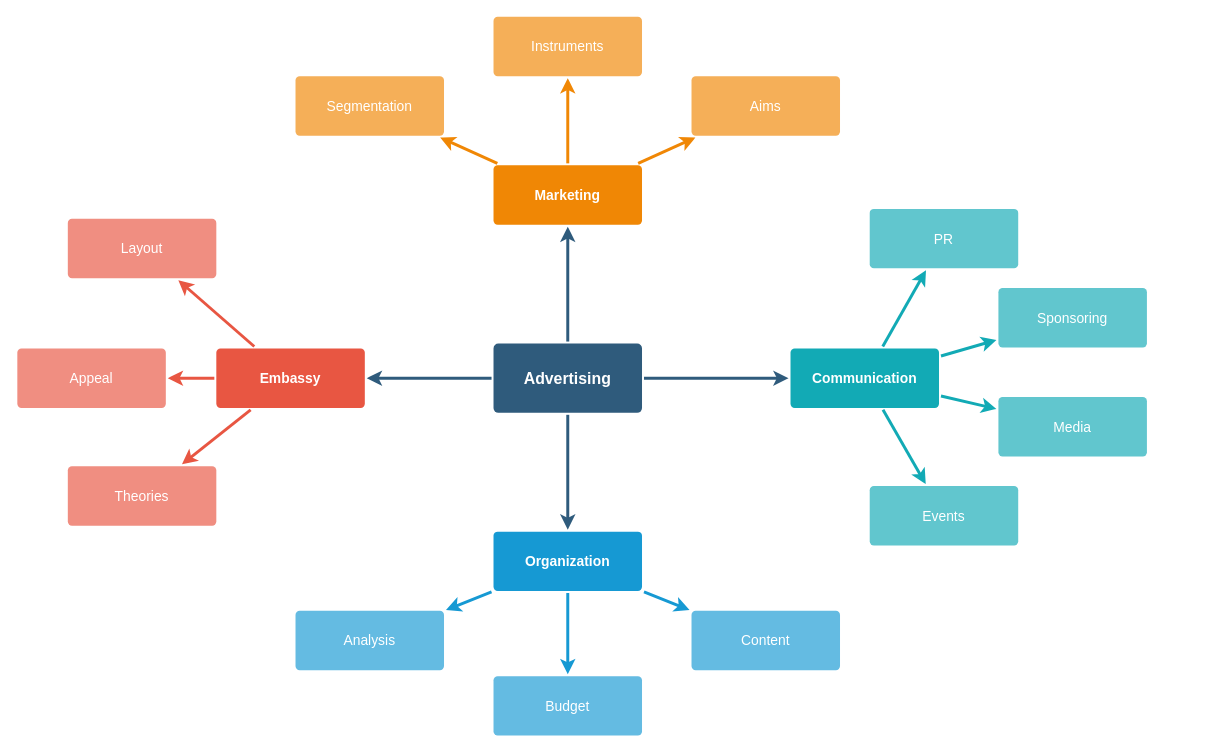
Before: Untitled Diagram.drawio in xetenigune/endothermic-cretoxyrhina, a draw.io diagram. Source tidied: cells renumbered, new cells numbered last; positions are measured from the earlier drawing's top-left corner, leaving out a move shared by most shapes. Both pictures are drawn from the tidied source at 99%, with x=0, y=0 at pixel (17, 16).
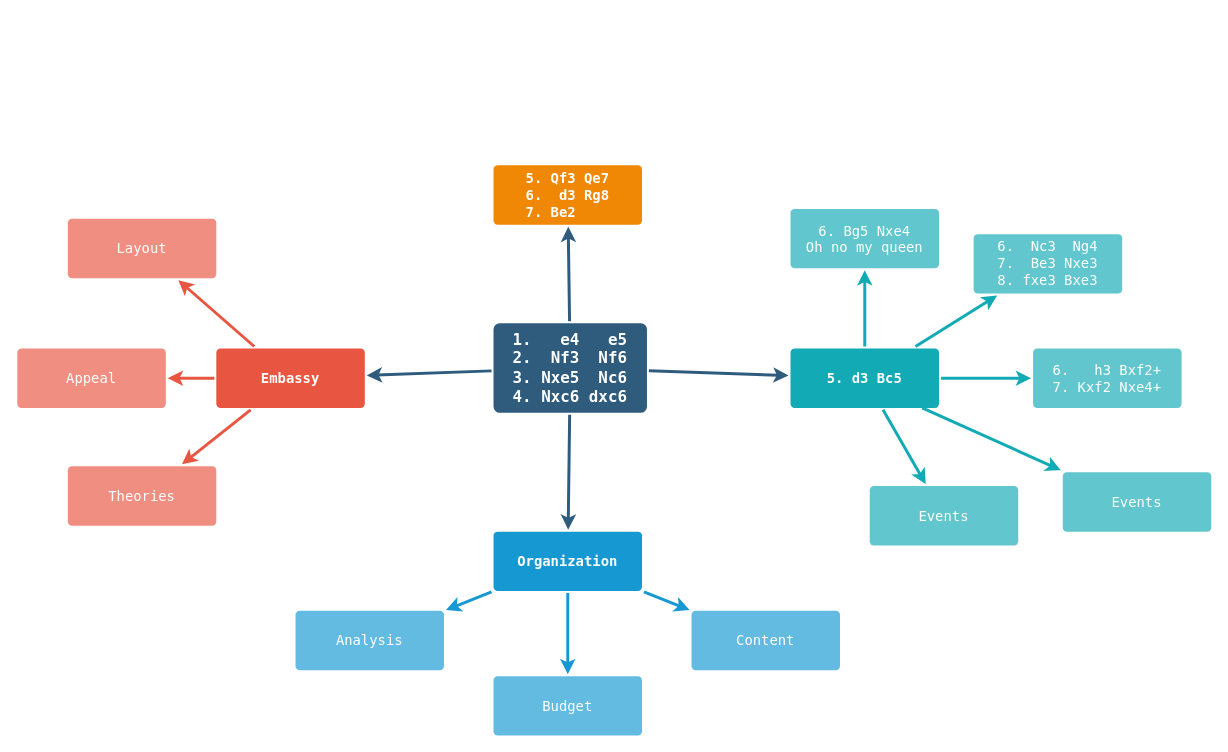
The same page after the edit.

What changed in the source:
```diff
@@
-    <mxCell id="2" style="edgeStyle=none;rounded=0;jumpStyle=none;html=1;shadow=0;labelBackgroundColor=none;startArrow=none;startFill=0;endArrow=classic;endFill=1;jettySize=auto;strokeColor=#2F5B7C;strokeWidth=3;fontFamily=Helvetica;fontSize=16;fontColor=#23445D;spacing=5;" parent="1" edge="1" source="6" target="21">
+    <mxCell id="2" style="edgeStyle=none;rounded=0;jumpStyle=none;html=1;shadow=0;labelBackgroundColor=none;startArrow=none;startFill=0;endArrow=classic;endFill=1;jettySize=auto;strokeColor=#2F5B7C;strokeWidth=3;fontFamily=Lucida Console;fontSize=16;fontColor=#23445D;spacing=5;" parent="1" edge="1" source="6" target="21">
       <mxGeometry relative="1" as="geometry" />
     </mxCell>
-    <mxCell id="3" style="edgeStyle=none;rounded=0;jumpStyle=none;html=1;shadow=0;labelBackgroundColor=none;startArrow=none;startFill=0;endArrow=classic;endFill=1;jettySize=auto;strokeColor=#2F5B7C;strokeWidth=3;fontFamily=Helvetica;fontSize=16;fontColor=#23445D;spacing=5;" parent="1" edge="1" source="6" target="28">
+    <mxCell id="3" style="edgeStyle=none;rounded=0;jumpStyle=none;html=1;shadow=0;labelBackgroundColor=none;startArrow=none;startFill=0;endArrow=classic;endFill=1;jettySize=auto;strokeColor=#2F5B7C;strokeWidth=3;fontFamily=Lucida Console;fontSize=16;fontColor=#23445D;spacing=5;" parent="1" edge="1" source="6" target="28">
       <mxGeometry relative="1" as="geometry" />
     </mxCell>
-    <mxCell id="4" style="edgeStyle=none;rounded=0;jumpStyle=none;html=1;shadow=0;labelBackgroundColor=none;startArrow=none;startFill=0;endArrow=classic;endFill=1;jettySize=auto;strokeColor=#2F5B7C;strokeWidth=3;fontFamily=Helvetica;fontSize=16;fontColor=#23445D;spacing=5;" parent="1" edge="1" source="6" target="17">
+    <mxCell id="4" style="edgeStyle=none;rounded=0;jumpStyle=none;html=1;shadow=0;labelBackgroundColor=none;startArrow=none;startFill=0;endArrow=classic;endFill=1;jettySize=auto;strokeColor=#2F5B7C;strokeWidth=3;fontFamily=Lucida Console;fontSize=16;fontColor=#23445D;spacing=5;" parent="1" edge="1" source="6" target="17">
       <mxGeometry relative="1" as="geometry" />
     </mxCell>
-    <mxCell id="5" style="edgeStyle=none;rounded=0;jumpStyle=none;html=1;shadow=0;labelBackgroundColor=none;startArrow=none;startFill=0;endArrow=classic;endFill=1;jettySize=auto;strokeColor=#2F5B7C;strokeWidth=3;fontFamily=Helvetica;fontSize=16;fontColor=#23445D;spacing=5;" parent="1" edge="1" source="6" target="10">
+    <mxCell id="5" style="edgeStyle=none;rounded=0;jumpStyle=none;html=1;shadow=0;labelBackgroundColor=none;startArrow=none;startFill=0;endArrow=classic;endFill=1;jettySize=auto;strokeColor=#2F5B7C;strokeWidth=3;fontFamily=Lucida Console;fontSize=16;fontColor=#23445D;spacing=5;" parent="1" edge="1" source="6" target="10">
       <mxGeometry relative="1" as="geometry" />
     </mxCell>
-    <mxCell id="6" value="Advertising" style="rounded=1;whiteSpace=wrap;html=1;shadow=0;labelBackgroundColor=none;strokeColor=none;strokeWidth=3;fillColor=#2F5B7C;fontFamily=Helvetica;fontSize=16;fontColor=#FFFFFF;align=center;fontStyle=1;spacing=5;arcSize=7;perimeterSpacing=2;" parent="1" vertex="1">
-      <mxGeometry x="481" y="330.5" width="150" height="70" as="geometry" />
+    <mxCell id="6" value="&lt;font&gt;1.&amp;nbsp; &amp;nbsp;e4&amp;nbsp; &amp;nbsp;e5&lt;br&gt;2.&amp;nbsp; Nf3&amp;nbsp; Nf6&lt;br&gt;3. Nxe5&amp;nbsp; Nc6&lt;br&gt;4. Nxc6 dxc6&lt;br&gt;&lt;/font&gt;" style="rounded=1;whiteSpace=wrap;html=1;shadow=0;labelBackgroundColor=none;strokeColor=none;strokeWidth=3;fillColor=#2F5B7C;fontFamily=Lucida Console;fontSize=16;fontColor=#FFFFFF;align=center;fontStyle=1;spacing=5;arcSize=7;perimeterSpacing=2;" parent="1" vertex="1">
+      <mxGeometry x="481" y="310" width="155" height="90.5" as="geometry" />
     </mxCell>
-    <mxCell id="7" style="edgeStyle=none;rounded=1;jumpStyle=none;html=1;shadow=0;labelBackgroundColor=none;startArrow=none;startFill=0;jettySize=auto;strokeColor=#E85642;strokeWidth=3;fontFamily=Helvetica;fontSize=14;fontColor=#FFFFFF;spacing=5;fontStyle=1;fillColor=#b0e3e6;" parent="1" edge="1" source="10" target="13">
+    <mxCell id="7" style="edgeStyle=none;rounded=1;jumpStyle=none;html=1;shadow=0;labelBackgroundColor=none;startArrow=none;startFill=0;jettySize=auto;strokeColor=#E85642;strokeWidth=3;fontFamily=Lucida Console;fontSize=14;fontColor=#FFFFFF;spacing=5;fontStyle=1;fillColor=#b0e3e6;" parent="1" edge="1" source="10" target="13">
       <mxGeometry relative="1" as="geometry" />
     </mxCell>
-    <mxCell id="8" style="edgeStyle=none;rounded=1;jumpStyle=none;html=1;shadow=0;labelBackgroundColor=none;startArrow=none;startFill=0;jettySize=auto;strokeColor=#E85642;strokeWidth=3;fontFamily=Helvetica;fontSize=14;fontColor=#FFFFFF;spacing=5;fontStyle=1;fillColor=#b0e3e6;" parent="1" edge="1" source="10" target="12">
+    <mxCell id="8" style="edgeStyle=none;rounded=1;jumpStyle=none;html=1;shadow=0;labelBackgroundColor=none;startArrow=none;startFill=0;jettySize=auto;strokeColor=#E85642;strokeWidth=3;fontFamily=Lucida Console;fontSize=14;fontColor=#FFFFFF;spacing=5;fontStyle=1;fillColor=#b0e3e6;" parent="1" edge="1" source="10" target="12">
       <mxGeometry relative="1" as="geometry" />
     </mxCell>
-    <mxCell id="9" style="edgeStyle=none;rounded=1;jumpStyle=none;html=1;shadow=0;labelBackgroundColor=none;startArrow=none;startFill=0;jettySize=auto;strokeColor=#E85642;strokeWidth=3;fontFamily=Helvetica;fontSize=14;fontColor=#FFFFFF;spacing=5;fontStyle=1;fillColor=#b0e3e6;" parent="1" edge="1" source="10" target="11">
+    <mxCell id="9" style="edgeStyle=none;rounded=1;jumpStyle=none;html=1;shadow=0;labelBackgroundColor=none;startArrow=none;startFill=0;jettySize=auto;strokeColor=#E85642;strokeWidth=3;fontFamily=Lucida Console;fontSize=14;fontColor=#FFFFFF;spacing=5;fontStyle=1;fillColor=#b0e3e6;" parent="1" edge="1" source="10" target="11">
       <mxGeometry relative="1" as="geometry" />
     </mxCell>
-    <mxCell id="10" value="Embassy" style="rounded=1;whiteSpace=wrap;html=1;shadow=0;labelBackgroundColor=none;strokeColor=none;strokeWidth=3;fillColor=#e85642;fontFamily=Helvetica;fontSize=14;fontColor=#FFFFFF;align=center;spacing=5;fontStyle=1;arcSize=7;perimeterSpacing=2;" parent="1" vertex="1">
+    <mxCell id="10" value="Embassy" style="rounded=1;whiteSpace=wrap;html=1;shadow=0;labelBackgroundColor=none;strokeColor=none;strokeWidth=3;fillColor=#e85642;fontFamily=Lucida Console;fontSize=14;fontColor=#FFFFFF;align=center;spacing=5;fontStyle=1;arcSize=7;perimeterSpacing=2;" parent="1" vertex="1">
       <mxGeometry x="201" y="335.5" width="150" height="60" as="geometry" />
     </mxCell>
-    <mxCell id="11" value="Theories" style="rounded=1;whiteSpace=wrap;html=1;shadow=0;labelBackgroundColor=none;strokeColor=none;strokeWidth=3;fillColor=#f08e81;fontFamily=Helvetica;fontSize=14;fontColor=#FFFFFF;align=center;spacing=5;fontStyle=0;arcSize=7;perimeterSpacing=2;" parent="1" vertex="1">
+    <mxCell id="11" value="Theories" style="rounded=1;whiteSpace=wrap;html=1;shadow=0;labelBackgroundColor=none;strokeColor=none;strokeWidth=3;fillColor=#f08e81;fontFamily=Lucida Console;fontSize=14;fontColor=#FFFFFF;align=center;spacing=5;fontStyle=0;arcSize=7;perimeterSpacing=2;" parent="1" vertex="1">
       <mxGeometry x="51" y="454.5" width="150" height="60" as="geometry" />
     </mxCell>
-    <mxCell id="12" value="Appeal" style="rounded=1;whiteSpace=wrap;html=1;shadow=0;labelBackgroundColor=none;strokeColor=none;strokeWidth=3;fillColor=#f08e81;fontFamily=Helvetica;fontSize=14;fontColor=#FFFFFF;align=center;spacing=5;fontStyle=0;arcSize=7;perimeterSpacing=2;" parent="1" vertex="1">
+    <mxCell id="12" value="Appeal" style="rounded=1;whiteSpace=wrap;html=1;shadow=0;labelBackgroundColor=none;strokeColor=none;strokeWidth=3;fillColor=#f08e81;fontFamily=Lucida Console;fontSize=14;fontColor=#FFFFFF;align=center;spacing=5;fontStyle=0;arcSize=7;perimeterSpacing=2;" parent="1" vertex="1">
       <mxGeometry y="335.5" width="150" height="60" as="geometry" />
     </mxCell>
-    <mxCell id="13" value="Layout" style="rounded=1;whiteSpace=wrap;html=1;shadow=0;labelBackgroundColor=none;strokeColor=none;strokeWidth=3;fillColor=#f08e81;fontFamily=Helvetica;fontSize=14;fontColor=#FFFFFF;align=center;spacing=5;fontStyle=0;arcSize=7;perimeterSpacing=2;" parent="1" vertex="1">
+    <mxCell id="13" value="Layout" style="rounded=1;whiteSpace=wrap;html=1;shadow=0;labelBackgroundColor=none;strokeColor=none;strokeWidth=3;fillColor=#f08e81;fontFamily=Lucida Console;fontSize=14;fontColor=#FFFFFF;align=center;spacing=5;fontStyle=0;arcSize=7;perimeterSpacing=2;" parent="1" vertex="1">
       <mxGeometry x="51" y="204.5" width="150" height="60" as="geometry" />
     </mxCell>
-    <mxCell id="14" style="edgeStyle=none;rounded=0;jumpStyle=none;html=1;shadow=0;labelBackgroundColor=none;startArrow=none;startFill=0;endArrow=classic;endFill=1;jettySize=auto;strokeColor=#1699D3;strokeWidth=3;fontFamily=Helvetica;fontSize=14;fontColor=#FFFFFF;spacing=5;" parent="1" edge="1" source="17" target="20">
+    <mxCell id="14" style="edgeStyle=none;rounded=0;jumpStyle=none;html=1;shadow=0;labelBackgroundColor=none;startArrow=none;startFill=0;endArrow=classic;endFill=1;jettySize=auto;strokeColor=#1699D3;strokeWidth=3;fontFamily=Lucida Console;fontSize=14;fontColor=#FFFFFF;spacing=5;" parent="1" edge="1" source="17" target="20">
       <mxGeometry relative="1" as="geometry" />
     </mxCell>
-    <mxCell id="15" style="edgeStyle=none;rounded=0;jumpStyle=none;html=1;shadow=0;labelBackgroundColor=none;startArrow=none;startFill=0;endArrow=classic;endFill=1;jettySize=auto;strokeColor=#1699D3;strokeWidth=3;fontFamily=Helvetica;fontSize=14;fontColor=#FFFFFF;spacing=5;" parent="1" edge="1" source="17" target="19">
+    <mxCell id="15" style="edgeStyle=none;rounded=0;jumpStyle=none;html=1;shadow=0;labelBackgroundColor=none;startArrow=none;startFill=0;endArrow=classic;endFill=1;jettySize=auto;strokeColor=#1699D3;strokeWidth=3;fontFamily=Lucida Console;fontSize=14;fontColor=#FFFFFF;spacing=5;" parent="1" edge="1" source="17" target="19">
       <mxGeometry relative="1" as="geometry" />
     </mxCell>
-    <mxCell id="16" style="edgeStyle=none;rounded=0;jumpStyle=none;html=1;shadow=0;labelBackgroundColor=none;startArrow=none;startFill=0;endArrow=classic;endFill=1;jettySize=auto;strokeColor=#1699D3;strokeWidth=3;fontFamily=Helvetica;fontSize=14;fontColor=#FFFFFF;spacing=5;" parent="1" edge="1" source="17" target="18">
+    <mxCell id="16" style="edgeStyle=none;rounded=0;jumpStyle=none;html=1;shadow=0;labelBackgroundColor=none;startArrow=none;startFill=0;endArrow=classic;endFill=1;jettySize=auto;strokeColor=#1699D3;strokeWidth=3;fontFamily=Lucida Console;fontSize=14;fontColor=#FFFFFF;spacing=5;" parent="1" edge="1" source="17" target="18">
       <mxGeometry relative="1" as="geometry" />
     </mxCell>
-    <mxCell id="17" value="Organization" style="rounded=1;whiteSpace=wrap;html=1;shadow=0;labelBackgroundColor=none;strokeColor=none;strokeWidth=3;fillColor=#1699d3;fontFamily=Helvetica;fontSize=14;fontColor=#FFFFFF;align=center;spacing=5;fontStyle=1;arcSize=7;perimeterSpacing=2;" parent="1" vertex="1">
+    <mxCell id="17" value="Organization" style="rounded=1;whiteSpace=wrap;html=1;shadow=0;labelBackgroundColor=none;strokeColor=none;strokeWidth=3;fillColor=#1699d3;fontFamily=Lucida Console;fontSize=14;fontColor=#FFFFFF;align=center;spacing=5;fontStyle=1;arcSize=7;perimeterSpacing=2;" parent="1" vertex="1">
       <mxGeometry x="481" y="520.5" width="150" height="60" as="geometry" />
     </mxCell>
-    <mxCell id="18" value="Content" style="rounded=1;whiteSpace=wrap;html=1;shadow=0;labelBackgroundColor=none;strokeColor=none;strokeWidth=3;fillColor=#64bbe2;fontFamily=Helvetica;fontSize=14;fontColor=#FFFFFF;align=center;spacing=5;arcSize=7;perimeterSpacing=2;" parent="1" vertex="1">
+    <mxCell id="18" value="Content" style="rounded=1;whiteSpace=wrap;html=1;shadow=0;labelBackgroundColor=none;strokeColor=none;strokeWidth=3;fillColor=#64bbe2;fontFamily=Lucida Console;fontSize=14;fontColor=#FFFFFF;align=center;spacing=5;arcSize=7;perimeterSpacing=2;" parent="1" vertex="1">
       <mxGeometry x="681" y="600.5" width="150" height="60" as="geometry" />
     </mxCell>
-    <mxCell id="19" value="Budget" style="rounded=1;whiteSpace=wrap;html=1;shadow=0;labelBackgroundColor=none;strokeColor=none;strokeWidth=3;fillColor=#64bbe2;fontFamily=Helvetica;fontSize=14;fontColor=#FFFFFF;align=center;spacing=5;arcSize=7;perimeterSpacing=2;" parent="1" vertex="1">
+    <mxCell id="19" value="Budget" style="rounded=1;whiteSpace=wrap;html=1;shadow=0;labelBackgroundColor=none;strokeColor=none;strokeWidth=3;fillColor=#64bbe2;fontFamily=Lucida Console;fontSize=14;fontColor=#FFFFFF;align=center;spacing=5;arcSize=7;perimeterSpacing=2;" parent="1" vertex="1">
       <mxGeometry x="481" y="666.5" width="150" height="60" as="geometry" />
     </mxCell>
-    <mxCell id="20" value="Analysis" style="rounded=1;whiteSpace=wrap;html=1;shadow=0;labelBackgroundColor=none;strokeColor=none;strokeWidth=3;fillColor=#64bbe2;fontFamily=Helvetica;fontSize=14;fontColor=#FFFFFF;align=center;spacing=5;arcSize=7;perimeterSpacing=2;" parent="1" vertex="1">
+    <mxCell id="20" value="Analysis" style="rounded=1;whiteSpace=wrap;html=1;shadow=0;labelBackgroundColor=none;strokeColor=none;strokeWidth=3;fillColor=#64bbe2;fontFamily=Lucida Console;fontSize=14;fontColor=#FFFFFF;align=center;spacing=5;arcSize=7;perimeterSpacing=2;" parent="1" vertex="1">
       <mxGeometry x="281" y="600.5" width="150" height="60" as="geometry" />
     </mxCell>
-    <mxCell id="21" value="Marketing" style="rounded=1;whiteSpace=wrap;html=1;shadow=0;labelBackgroundColor=none;strokeColor=none;strokeWidth=3;fillColor=#F08705;fontFamily=Helvetica;fontSize=14;fontColor=#FFFFFF;align=center;spacing=5;fontStyle=1;arcSize=7;perimeterSpacing=2;" parent="1" vertex="1">
+    <mxCell id="21" value="5. Qf3 Qe7&lt;br&gt;6.&amp;nbsp; d3 Rg8&lt;br&gt;7. Be2&amp;nbsp; &amp;nbsp;&amp;nbsp;" style="rounded=1;whiteSpace=wrap;html=1;shadow=0;labelBackgroundColor=none;strokeColor=none;strokeWidth=3;fillColor=#F08705;fontFamily=Lucida Console;fontSize=14;fontColor=#FFFFFF;align=center;spacing=5;fontStyle=1;arcSize=7;perimeterSpacing=2;" parent="1" vertex="1">
       <mxGeometry x="481" y="150.5" width="150" height="60" as="geometry" />
     </mxCell>
-    <mxCell id="22" value="Aims&lt;br&gt;" style="rounded=1;whiteSpace=wrap;html=1;shadow=0;labelBackgroundColor=none;strokeColor=none;strokeWidth=3;fillColor=#f5af58;fontFamily=Helvetica;fontSize=14;fontColor=#FFFFFF;align=center;spacing=5;arcSize=7;perimeterSpacing=2;" parent="1" vertex="1">
-      <mxGeometry x="681" y="60.5" width="150" height="60" as="geometry" />
-    </mxCell>
-    <mxCell id="23" style="edgeStyle=none;rounded=0;jumpStyle=none;html=1;shadow=0;labelBackgroundColor=none;startArrow=none;startFill=0;endArrow=classic;endFill=1;jettySize=auto;strokeColor=#F08705;strokeWidth=3;fontFamily=Helvetica;fontSize=14;fontColor=#FFFFFF;spacing=5;" parent="1" edge="1" source="21" target="22">
-      <mxGeometry relative="1" as="geometry" />
-    </mxCell>
-    <mxCell id="24" value="Instruments" style="rounded=1;whiteSpace=wrap;html=1;shadow=0;labelBackgroundColor=none;strokeColor=none;strokeWidth=3;fillColor=#f5af58;fontFamily=Helvetica;fontSize=14;fontColor=#FFFFFF;align=center;spacing=5;arcSize=7;perimeterSpacing=2;" parent="1" vertex="1">
-      <mxGeometry x="481" y="0.5" width="150" height="60" as="geometry" />
-    </mxCell>
-    <mxCell id="25" style="edgeStyle=none;rounded=0;jumpStyle=none;html=1;shadow=0;labelBackgroundColor=none;startArrow=none;startFill=0;endArrow=classic;endFill=1;jettySize=auto;strokeColor=#F08705;strokeWidth=3;fontFamily=Helvetica;fontSize=14;fontColor=#FFFFFF;spacing=5;" parent="1" edge="1" source="21" target="24">
-      <mxGeometry relative="1" as="geometry" />
-    </mxCell>
-    <mxCell id="26" value="Segmentation" style="rounded=1;whiteSpace=wrap;html=1;shadow=0;labelBackgroundColor=none;strokeColor=none;strokeWidth=3;fillColor=#f5af58;fontFamily=Helvetica;fontSize=14;fontColor=#FFFFFF;align=center;spacing=5;arcSize=7;perimeterSpacing=2;" parent="1" vertex="1">
-      <mxGeometry x="281" y="60.5" width="150" height="60" as="geometry" />
-    </mxCell>
-    <mxCell id="27" style="edgeStyle=none;rounded=0;jumpStyle=none;html=1;shadow=0;labelBackgroundColor=none;startArrow=none;startFill=0;endArrow=classic;endFill=1;jettySize=auto;strokeColor=#F08705;strokeWidth=3;fontFamily=Helvetica;fontSize=14;fontColor=#FFFFFF;spacing=5;" parent="1" edge="1" source="21" target="26">
-      <mxGeometry relative="1" as="geometry" />
-    </mxCell>
-    <mxCell id="28" value="Communication" style="rounded=1;whiteSpace=wrap;html=1;shadow=0;labelBackgroundColor=none;strokeColor=none;strokeWidth=3;fillColor=#12aab5;fontFamily=Helvetica;fontSize=14;fontColor=#FFFFFF;align=center;spacing=5;fontStyle=1;arcSize=7;perimeterSpacing=2;" parent="1" vertex="1">
+    <mxCell id="28" value="5. d3 Bc5" style="rounded=1;whiteSpace=wrap;html=1;shadow=0;labelBackgroundColor=none;strokeColor=none;strokeWidth=3;fillColor=#12aab5;fontFamily=Lucida Console;fontSize=14;fontColor=#FFFFFF;align=center;spacing=5;fontStyle=1;arcSize=7;perimeterSpacing=2;" parent="1" vertex="1">
       <mxGeometry x="781" y="335.5" width="150" height="60" as="geometry" />
     </mxCell>
-    <mxCell id="29" value="Events" style="rounded=1;whiteSpace=wrap;html=1;shadow=0;labelBackgroundColor=none;strokeColor=none;strokeWidth=3;fillColor=#61c6ce;fontFamily=Helvetica;fontSize=14;fontColor=#FFFFFF;align=center;spacing=5;fontStyle=0;arcSize=7;perimeterSpacing=2;" parent="1" vertex="1">
+    <mxCell id="29" value="Events" style="rounded=1;whiteSpace=wrap;html=1;shadow=0;labelBackgroundColor=none;strokeColor=none;strokeWidth=3;fillColor=#61c6ce;fontFamily=Lucida Console;fontSize=14;fontColor=#FFFFFF;align=center;spacing=5;fontStyle=0;arcSize=7;perimeterSpacing=2;" parent="1" vertex="1">
       <mxGeometry x="861" y="474.5" width="150" height="60" as="geometry" />
     </mxCell>
-    <mxCell id="30" style="edgeStyle=none;rounded=1;jumpStyle=none;html=1;shadow=0;labelBackgroundColor=none;startArrow=none;startFill=0;jettySize=auto;strokeColor=#12AAB5;strokeWidth=3;fontFamily=Helvetica;fontSize=14;fontColor=#FFFFFF;spacing=5;fontStyle=1;fillColor=#b0e3e6;" parent="1" edge="1" source="28" target="29">
+    <mxCell id="30" style="edgeStyle=none;rounded=1;jumpStyle=none;html=1;shadow=0;labelBackgroundColor=none;startArrow=none;startFill=0;jettySize=auto;strokeColor=#12AAB5;strokeWidth=3;fontFamily=Lucida Console;fontSize=14;fontColor=#FFFFFF;spacing=5;fontStyle=1;fillColor=#b0e3e6;" parent="1" edge="1" source="28" target="29">
       <mxGeometry relative="1" as="geometry" />
     </mxCell>
-    <mxCell id="31" value="Media" style="rounded=1;whiteSpace=wrap;html=1;shadow=0;labelBackgroundColor=none;strokeColor=none;strokeWidth=3;fillColor=#61c6ce;fontFamily=Helvetica;fontSize=14;fontColor=#FFFFFF;align=center;spacing=5;fontStyle=0;arcSize=7;perimeterSpacing=2;" parent="1" vertex="1">
-      <mxGeometry x="991" y="384.5" width="150" height="60" as="geometry" />
+    <mxCell id="31" value="6.&amp;nbsp; &amp;nbsp;h3 Bxf2+&lt;br&gt;7. Kxf2 Nxe4+" style="rounded=1;whiteSpace=wrap;html=1;shadow=0;labelBackgroundColor=none;strokeColor=none;strokeWidth=3;fillColor=#61c6ce;fontFamily=Lucida Console;fontSize=14;fontColor=#FFFFFF;align=center;spacing=5;fontStyle=0;arcSize=7;perimeterSpacing=2;" parent="1" vertex="1">
+      <mxGeometry x="1026" y="335.5" width="150" height="60" as="geometry" />
     </mxCell>
-    <mxCell id="32" style="edgeStyle=none;rounded=1;jumpStyle=none;html=1;shadow=0;labelBackgroundColor=none;startArrow=none;startFill=0;jettySize=auto;strokeColor=#12AAB5;strokeWidth=3;fontFamily=Helvetica;fontSize=14;fontColor=#FFFFFF;spacing=5;fontStyle=1;fillColor=#b0e3e6;" parent="1" edge="1" source="28" target="31">
+    <mxCell id="32" style="edgeStyle=none;rounded=1;jumpStyle=none;html=1;shadow=0;labelBackgroundColor=none;startArrow=none;startFill=0;jettySize=auto;strokeColor=#12AAB5;strokeWidth=3;fontFamily=Lucida Console;fontSize=14;fontColor=#FFFFFF;spacing=5;fontStyle=1;fillColor=#b0e3e6;" parent="1" edge="1" source="28" target="31">
       <mxGeometry relative="1" as="geometry" />
     </mxCell>
-    <mxCell id="33" value="Sponsoring" style="rounded=1;whiteSpace=wrap;html=1;shadow=0;labelBackgroundColor=none;strokeColor=none;strokeWidth=3;fillColor=#61c6ce;fontFamily=Helvetica;fontSize=14;fontColor=#FFFFFF;align=center;spacing=5;fontStyle=0;arcSize=7;perimeterSpacing=2;" parent="1" vertex="1">
-      <mxGeometry x="991" y="274.5" width="150" height="60" as="geometry" />
+    <mxCell id="33" value="6.&amp;nbsp; Nc3&amp;nbsp; Ng4&lt;br&gt;7.&amp;nbsp; Be3 Nxe3&lt;br&gt;8. fxe3 Bxe3" style="rounded=1;whiteSpace=wrap;html=1;shadow=0;labelBackgroundColor=none;strokeColor=none;strokeWidth=3;fillColor=#61c6ce;fontFamily=Lucida Console;fontSize=14;fontColor=#FFFFFF;align=center;spacing=5;fontStyle=0;arcSize=7;perimeterSpacing=2;" parent="1" vertex="1">
+      <mxGeometry x="966" y="220" width="150" height="60" as="geometry" />
     </mxCell>
-    <mxCell id="34" style="edgeStyle=none;rounded=1;jumpStyle=none;html=1;shadow=0;labelBackgroundColor=none;startArrow=none;startFill=0;jettySize=auto;strokeColor=#12AAB5;strokeWidth=3;fontFamily=Helvetica;fontSize=14;fontColor=#FFFFFF;spacing=5;fontStyle=1;fillColor=#b0e3e6;" parent="1" edge="1" source="28" target="33">
+    <mxCell id="34" style="edgeStyle=none;rounded=1;jumpStyle=none;html=1;shadow=0;labelBackgroundColor=none;startArrow=none;startFill=0;jettySize=auto;strokeColor=#12AAB5;strokeWidth=3;fontFamily=Lucida Console;fontSize=14;fontColor=#FFFFFF;spacing=5;fontStyle=1;fillColor=#b0e3e6;" parent="1" edge="1" source="28" target="33">
       <mxGeometry relative="1" as="geometry" />
     </mxCell>
-    <mxCell id="35" value="PR" style="rounded=1;whiteSpace=wrap;html=1;shadow=0;labelBackgroundColor=none;strokeColor=none;strokeWidth=3;fillColor=#61c6ce;fontFamily=Helvetica;fontSize=14;fontColor=#FFFFFF;align=center;spacing=5;fontStyle=0;arcSize=7;perimeterSpacing=2;" parent="1" vertex="1">
-      <mxGeometry x="861" y="194.5" width="150" height="60" as="geometry" />
+    <mxCell id="35" value="6. Bg5 Nxe4&lt;br&gt;Oh no my queen" style="rounded=1;whiteSpace=wrap;html=1;shadow=0;labelBackgroundColor=none;strokeColor=none;strokeWidth=3;fillColor=#61c6ce;fontFamily=Lucida Console;fontSize=14;fontColor=#FFFFFF;align=center;spacing=5;fontStyle=0;arcSize=7;perimeterSpacing=2;" parent="1" vertex="1">
+      <mxGeometry x="781" y="194.5" width="150" height="60" as="geometry" />
     </mxCell>
-    <mxCell id="36" style="edgeStyle=none;rounded=1;jumpStyle=none;html=1;shadow=0;labelBackgroundColor=none;startArrow=none;startFill=0;jettySize=auto;strokeColor=#12AAB5;strokeWidth=3;fontFamily=Helvetica;fontSize=14;fontColor=#FFFFFF;spacing=5;fontStyle=1;fillColor=#b0e3e6;" parent="1" edge="1" source="28" target="35">
+    <mxCell id="36" style="edgeStyle=none;rounded=1;jumpStyle=none;html=1;shadow=0;labelBackgroundColor=none;startArrow=none;startFill=0;jettySize=auto;strokeColor=#12AAB5;strokeWidth=3;fontFamily=Lucida Console;fontSize=14;fontColor=#FFFFFF;spacing=5;fontStyle=1;fillColor=#b0e3e6;" parent="1" edge="1" source="28" target="35">
       <mxGeometry relative="1" as="geometry" />
     </mxCell>
+    <mxCell id="37" value="Events" style="rounded=1;whiteSpace=wrap;html=1;shadow=0;labelBackgroundColor=none;strokeColor=none;strokeWidth=3;fillColor=#61c6ce;fontFamily=Lucida Console;fontSize=14;fontColor=#FFFFFF;align=center;spacing=5;fontStyle=0;arcSize=7;perimeterSpacing=2;" parent="1" vertex="1">
+      <mxGeometry x="1056" y="460.5" width="150" height="60" as="geometry" />
+    </mxCell>
+    <mxCell id="38" style="edgeStyle=none;rounded=1;jumpStyle=none;html=1;shadow=0;labelBackgroundColor=none;startArrow=none;startFill=0;jettySize=auto;strokeColor=#12AAB5;strokeWidth=3;fontFamily=Lucida Console;fontSize=14;fontColor=#FFFFFF;spacing=5;fontStyle=1;fillColor=#b0e3e6;entryX=0;entryY=0;entryDx=0;entryDy=0;" parent="1" edge="1" target="37">
+      <mxGeometry relative="1" as="geometry">
+        <mxPoint x="914" y="395.5" as="sourcePoint" />
+      </mxGeometry>
+    </mxCell>
```
